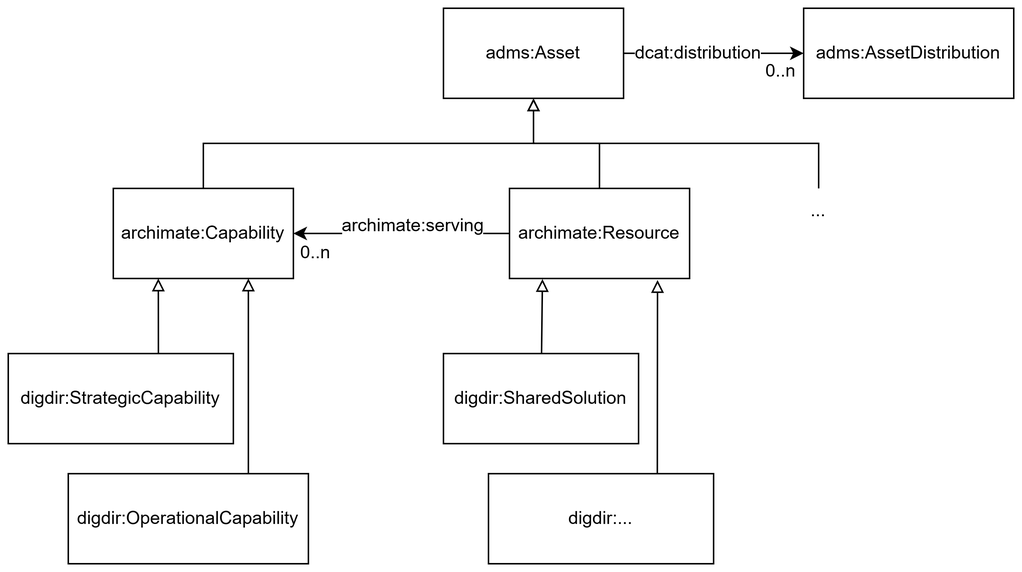
Above: archadms-ap-no/docs/images/archADMS-AP-NO-klasser.png in jimjyang/playground (draw.io), before the change. Source tidied: cells renumbered, new cells last; positions are measured from the earlier drawing's top-left corner, leaving out a move shared by most shapes. Source of this version:
```xml
<mxGraphModel>
  <root>
    <mxCell id="0" />
    <mxCell id="1" parent="0" />
    <mxCell id="2" value="adms:Asset" style="rounded=0;whiteSpace=wrap;html=1;" parent="1" vertex="1">
      <mxGeometry x="290" width="120" height="60" as="geometry" />
    </mxCell>
    <mxCell id="3" value="archimate:Capability" style="rounded=0;whiteSpace=wrap;html=1;" parent="1" vertex="1">
      <mxGeometry x="70" y="120" width="120" height="60" as="geometry" />
    </mxCell>
    <mxCell id="4" value="archimate:Resource" style="rounded=0;whiteSpace=wrap;html=1;" parent="1" vertex="1">
      <mxGeometry x="334" y="120" width="120" height="60" as="geometry" />
    </mxCell>
    <mxCell id="5" value="digdir:StrategicCapability" style="rounded=0;whiteSpace=wrap;html=1;" parent="1" vertex="1">
      <mxGeometry y="230" width="150" height="60" as="geometry" />
    </mxCell>
    <mxCell id="6" value="digdir:OperationalCapability" style="rounded=0;whiteSpace=wrap;html=1;" parent="1" vertex="1">
      <mxGeometry x="40" y="310" width="160" height="60" as="geometry" />
    </mxCell>
    <mxCell id="7" style="endArrow=block;html=1;rounded=0;entryX=0.25;entryY=1;entryDx=0;entryDy=0;exitX=0.667;exitY=0;exitDx=0;exitDy=0;exitPerimeter=0;endFill=0;" parent="1" edge="1" source="5" target="3">
      <mxGeometry relative="1" as="geometry" />
    </mxCell>
    <mxCell id="8" style="endArrow=block;html=1;rounded=0;entryX=0.75;entryY=1;entryDx=0;entryDy=0;exitX=0.75;exitY=0;exitDx=0;exitDy=0;endFill=0;" parent="1" edge="1" source="6" target="3">
      <mxGeometry relative="1" as="geometry" />
    </mxCell>
    <mxCell id="9" value="digdir:SharedSolution" style="rounded=0;whiteSpace=wrap;html=1;" parent="1" vertex="1">
      <mxGeometry x="290" y="230" width="130" height="60" as="geometry" />
    </mxCell>
    <mxCell id="10" value="digdir:..." style="rounded=0;whiteSpace=wrap;html=1;" parent="1" vertex="1">
      <mxGeometry x="320" y="310" width="150" height="60" as="geometry" />
    </mxCell>
    <mxCell id="11" style="endArrow=block;html=1;rounded=0;entryX=0.822;entryY=1.017;entryDx=0;entryDy=0;exitX=0.75;exitY=0;exitDx=0;exitDy=0;endFill=0;entryPerimeter=0;" parent="1" edge="1" source="10" target="4">
      <mxGeometry relative="1" as="geometry" />
    </mxCell>
    <mxCell id="12" style="endArrow=block;html=1;rounded=0;entryX=0.183;entryY=1.006;entryDx=0;entryDy=0;endFill=0;entryPerimeter=0;" parent="1" edge="1" source="9" target="4">
      <mxGeometry relative="1" as="geometry" />
    </mxCell>
    <mxCell id="13" style="endArrow=block;html=1;rounded=0;exitX=0.5;exitY=0;exitDx=0;exitDy=0;endFill=0;" parent="1" edge="1" source="3" target="2">
      <mxGeometry relative="1" as="geometry">
        <Array as="points">
          <mxPoint x="130" y="90" />
          <mxPoint x="350" y="90" />
        </Array>
      </mxGeometry>
    </mxCell>
    <mxCell id="14" style="endArrow=block;html=1;rounded=0;endFill=0;entryX=0.5;entryY=1;entryDx=0;entryDy=0;" parent="1" edge="1" source="4" target="2">
      <mxGeometry relative="1" as="geometry">
        <Array as="points">
          <mxPoint x="394" y="90" />
          <mxPoint x="350" y="90" />
        </Array>
      </mxGeometry>
    </mxCell>
    <mxCell id="15" style="endArrow=block;html=1;rounded=0;endFill=0;entryX=0.5;entryY=1;entryDx=0;entryDy=0;exitX=0.5;exitY=0;exitDx=0;exitDy=0;" parent="1" edge="1" source="16">
      <mxGeometry relative="1" as="geometry">
        <mxPoint x="350" y="60" as="targetPoint" />
        <Array as="points">
          <mxPoint x="540" y="90" />
          <mxPoint x="350" y="90" />
        </Array>
      </mxGeometry>
    </mxCell>
    <mxCell id="16" value="..." style="text;html=1;whiteSpace=wrap;strokeColor=none;fillColor=none;align=center;verticalAlign=middle;rounded=0;" parent="1" vertex="1">
      <mxGeometry x="510" y="120" width="60" height="30" as="geometry" />
    </mxCell>
    <mxCell id="17" style="endArrow=classic;html=1;rounded=0;entryX=1;entryY=0.5;entryDx=0;entryDy=0;exitX=0;exitY=0.5;exitDx=0;exitDy=0;" parent="1" edge="1" source="4" target="3">
      <mxGeometry relative="1" as="geometry" />
    </mxCell>
    <mxCell id="18" value="0..n" style="text;html=1;whiteSpace=wrap;strokeColor=none;fillColor=none;align=center;verticalAlign=middle;rounded=0;" parent="1" vertex="1">
      <mxGeometry x="190" y="153" width="30" height="20" as="geometry" />
    </mxCell>
    <mxCell id="19" value="archimate:serving" style="text;html=1;whiteSpace=wrap;strokeColor=none;fillColor=none;align=center;verticalAlign=middle;rounded=0;labelBackgroundColor=default;" parent="1" vertex="1">
      <mxGeometry x="240" y="130" width="60" height="30" as="geometry" />
    </mxCell>
    <mxCell id="20" value="adms:AssetDistribution" style="rounded=0;whiteSpace=wrap;html=1;" parent="1" vertex="1">
      <mxGeometry x="530" width="140" height="60" as="geometry" />
    </mxCell>
    <mxCell id="21" style="endArrow=classic;html=1;rounded=0;entryX=0;entryY=0.5;entryDx=0;entryDy=0;exitX=1;exitY=0.5;exitDx=0;exitDy=0;" parent="1" edge="1" source="2" target="20">
      <mxGeometry relative="1" as="geometry" />
    </mxCell>
    <mxCell id="22" value="&lt;span style=&quot;background-color: light-dark(#ffffff, var(--ge-dark-color, #121212));&quot;&gt;dcat:distribution&lt;/span&gt;" style="text;html=1;whiteSpace=wrap;strokeColor=none;fillColor=none;align=center;verticalAlign=middle;rounded=0;" parent="1" vertex="1">
      <mxGeometry x="430" y="15" width="60" height="30" as="geometry" />
    </mxCell>
    <mxCell id="23" value="0..n" style="text;html=1;whiteSpace=wrap;strokeColor=none;fillColor=none;align=center;verticalAlign=middle;rounded=0;" parent="1" vertex="1">
      <mxGeometry x="500" y="32" width="30" height="20" as="geometry" />
    </mxCell>
  </root>
</mxGraphModel>
```
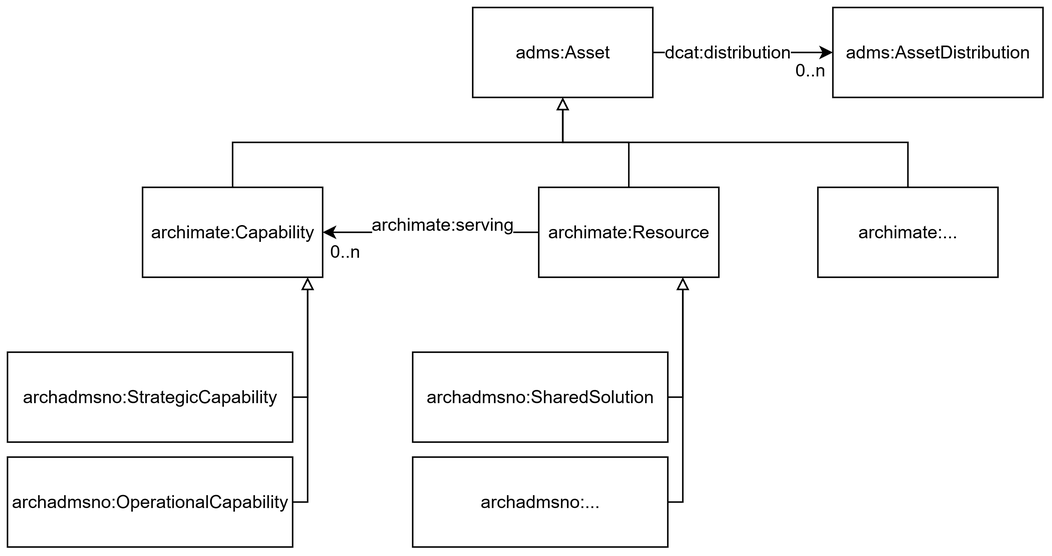
Above is the later version.

Commit message:
oppdaterer archadmsno

What changed in the source:
```diff
@@ -11,30 +11,34 @@
     <mxCell id="4" value="archimate:Resource" style="rounded=0;whiteSpace=wrap;html=1;" parent="1" vertex="1">
       <mxGeometry x="334" y="120" width="120" height="60" as="geometry" />
     </mxCell>
-    <mxCell id="5" value="digdir:StrategicCapability" style="rounded=0;whiteSpace=wrap;html=1;" parent="1" vertex="1">
-      <mxGeometry y="230" width="150" height="60" as="geometry" />
+    <mxCell id="5" value="archadmsno:StrategicCapability" style="rounded=0;whiteSpace=wrap;html=1;" parent="1" vertex="1">
+      <mxGeometry x="-20" y="230" width="190" height="60" as="geometry" />
     </mxCell>
-    <mxCell id="6" value="digdir:OperationalCapability" style="rounded=0;whiteSpace=wrap;html=1;" parent="1" vertex="1">
-      <mxGeometry x="40" y="310" width="160" height="60" as="geometry" />
+    <mxCell id="6" value="archadmsno:OperationalCapability" style="rounded=0;whiteSpace=wrap;html=1;" parent="1" vertex="1">
+      <mxGeometry x="-20" y="300" width="190" height="60" as="geometry" />
     </mxCell>
-    <mxCell id="7" style="endArrow=block;html=1;rounded=0;entryX=0.25;entryY=1;entryDx=0;entryDy=0;exitX=0.667;exitY=0;exitDx=0;exitDy=0;exitPerimeter=0;endFill=0;" parent="1" edge="1" source="5" target="3">
-      <mxGeometry relative="1" as="geometry" />
-    </mxCell>
-    <mxCell id="8" style="endArrow=block;html=1;rounded=0;entryX=0.75;entryY=1;entryDx=0;entryDy=0;exitX=0.75;exitY=0;exitDx=0;exitDy=0;endFill=0;" parent="1" edge="1" source="6" target="3">
-      <mxGeometry relative="1" as="geometry" />
+    <mxCell id="8" style="endArrow=block;html=1;rounded=0;endFill=0;exitX=1;exitY=0.5;exitDx=0;exitDy=0;" parent="1" edge="1" source="6">
+      <mxGeometry relative="1" as="geometry">
+        <mxPoint x="180" y="180" as="targetPoint" />
+        <Array as="points">
+          <mxPoint x="180" y="330" />
+        </Array>
+      </mxGeometry>
     </mxCell>
-    <mxCell id="9" value="digdir:SharedSolution" style="rounded=0;whiteSpace=wrap;html=1;" parent="1" vertex="1">
-      <mxGeometry x="290" y="230" width="130" height="60" as="geometry" />
+    <mxCell id="9" value="archadmsno:SharedSolution" style="rounded=0;whiteSpace=wrap;html=1;" parent="1" vertex="1">
+      <mxGeometry x="250" y="230" width="170" height="60" as="geometry" />
     </mxCell>
-    <mxCell id="10" value="digdir:..." style="rounded=0;whiteSpace=wrap;html=1;" parent="1" vertex="1">
-      <mxGeometry x="320" y="310" width="150" height="60" as="geometry" />
+    <mxCell id="10" value="archadmsno:..." style="rounded=0;whiteSpace=wrap;html=1;" parent="1" vertex="1">
+      <mxGeometry x="250" y="300" width="170" height="60" as="geometry" />
     </mxCell>
-    <mxCell id="11" style="endArrow=block;html=1;rounded=0;entryX=0.822;entryY=1.017;entryDx=0;entryDy=0;exitX=0.75;exitY=0;exitDx=0;exitDy=0;endFill=0;entryPerimeter=0;" parent="1" edge="1" source="10" target="4">
-      <mxGeometry relative="1" as="geometry" />
+    <mxCell id="11" style="endArrow=block;html=1;rounded=0;exitX=1;exitY=0.5;exitDx=0;exitDy=0;endFill=0;" parent="1" edge="1" source="10">
+      <mxGeometry relative="1" as="geometry">
+        <mxPoint x="430" y="180" as="targetPoint" />
+        <Array as="points">
+          <mxPoint x="430" y="330" />
+        </Array>
+      </mxGeometry>
     </mxCell>
-    <mxCell id="12" style="endArrow=block;html=1;rounded=0;entryX=0.183;entryY=1.006;entryDx=0;entryDy=0;endFill=0;entryPerimeter=0;" parent="1" edge="1" source="9" target="4">
-      <mxGeometry relative="1" as="geometry" />
-    </mxCell>
     <mxCell id="13" style="endArrow=block;html=1;rounded=0;exitX=0.5;exitY=0;exitDx=0;exitDy=0;endFill=0;" parent="1" edge="1" source="3" target="2">
       <mxGeometry relative="1" as="geometry">
         <Array as="points">
@@ -51,18 +55,15 @@
         </Array>
       </mxGeometry>
     </mxCell>
-    <mxCell id="15" style="endArrow=block;html=1;rounded=0;endFill=0;entryX=0.5;entryY=1;entryDx=0;entryDy=0;exitX=0.5;exitY=0;exitDx=0;exitDy=0;" parent="1" edge="1" source="16">
+    <mxCell id="15" style="endArrow=block;html=1;rounded=0;endFill=0;entryX=0.5;entryY=1;entryDx=0;entryDy=0;exitX=0.5;exitY=0;exitDx=0;exitDy=0;" parent="1" edge="1" source="26">
       <mxGeometry relative="1" as="geometry">
         <mxPoint x="350" y="60" as="targetPoint" />
         <Array as="points">
-          <mxPoint x="540" y="90" />
+          <mxPoint x="580" y="90" />
           <mxPoint x="350" y="90" />
         </Array>
       </mxGeometry>
     </mxCell>
-    <mxCell id="16" value="..." style="text;html=1;whiteSpace=wrap;strokeColor=none;fillColor=none;align=center;verticalAlign=middle;rounded=0;" parent="1" vertex="1">
-      <mxGeometry x="510" y="120" width="60" height="30" as="geometry" />
-    </mxCell>
     <mxCell id="17" style="endArrow=classic;html=1;rounded=0;entryX=1;entryY=0.5;entryDx=0;entryDy=0;exitX=0;exitY=0.5;exitDx=0;exitDy=0;" parent="1" edge="1" source="4" target="3">
       <mxGeometry relative="1" as="geometry" />
     </mxCell>
@@ -84,5 +85,24 @@
     <mxCell id="23" value="0..n" style="text;html=1;whiteSpace=wrap;strokeColor=none;fillColor=none;align=center;verticalAlign=middle;rounded=0;" parent="1" vertex="1">
       <mxGeometry x="500" y="32" width="30" height="20" as="geometry" />
     </mxCell>
+    <mxCell id="24" style="endArrow=block;html=1;rounded=0;endFill=0;exitX=1;exitY=0.5;exitDx=0;exitDy=0;" parent="1" edge="1" source="5">
+      <mxGeometry relative="1" as="geometry">
+        <mxPoint x="180" y="180" as="targetPoint" />
+        <Array as="points">
+          <mxPoint x="180" y="260" />
+        </Array>
+      </mxGeometry>
+    </mxCell>
+    <mxCell id="25" style="endArrow=block;html=1;rounded=0;exitX=1;exitY=0.5;exitDx=0;exitDy=0;endFill=0;" parent="1" edge="1" source="9">
+      <mxGeometry relative="1" as="geometry">
+        <mxPoint x="430" y="180" as="targetPoint" />
+        <Array as="points">
+          <mxPoint x="430" y="260" />
+        </Array>
+      </mxGeometry>
+    </mxCell>
+    <mxCell id="26" value="archimate:..." style="rounded=0;whiteSpace=wrap;html=1;" parent="1" vertex="1">
+      <mxGeometry x="520" y="120" width="120" height="60" as="geometry" />
+    </mxCell>
   </root>
 </mxGraphModel>
```
